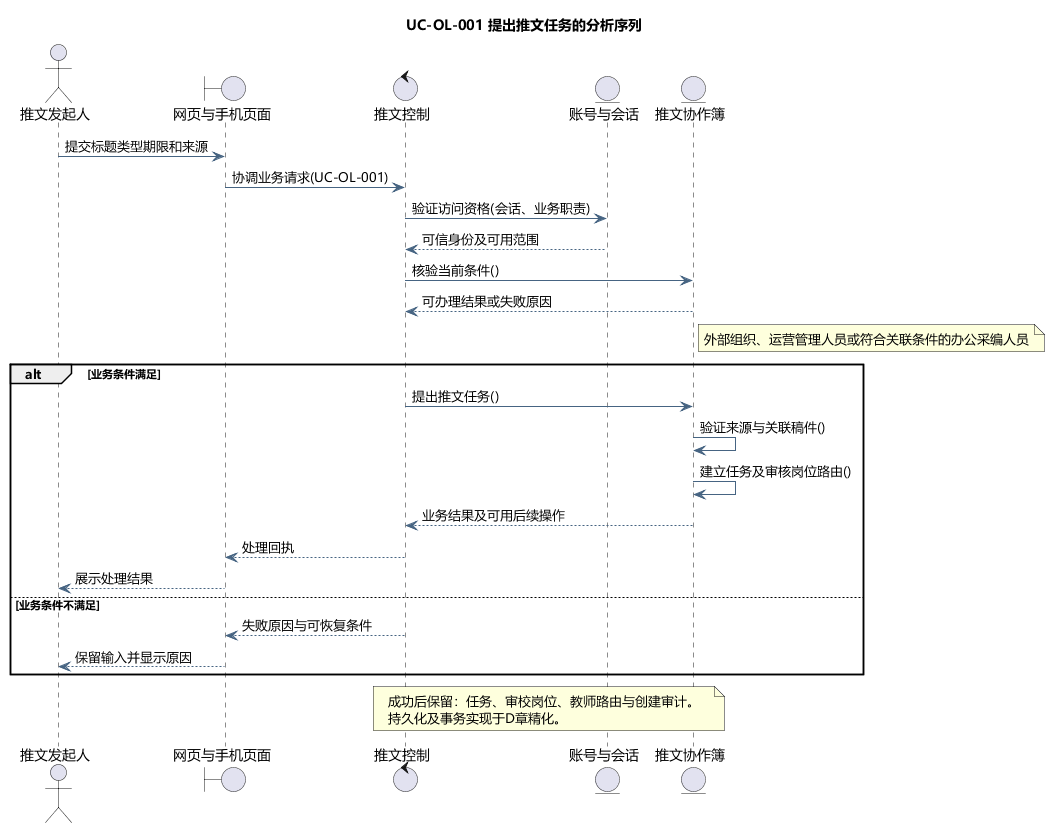
tccc1csu/miniprogram-csu keeps this PlantUML diagram as docs/diagrams/analysis/seq-uc-ol-001.png. Above is the earlier version.
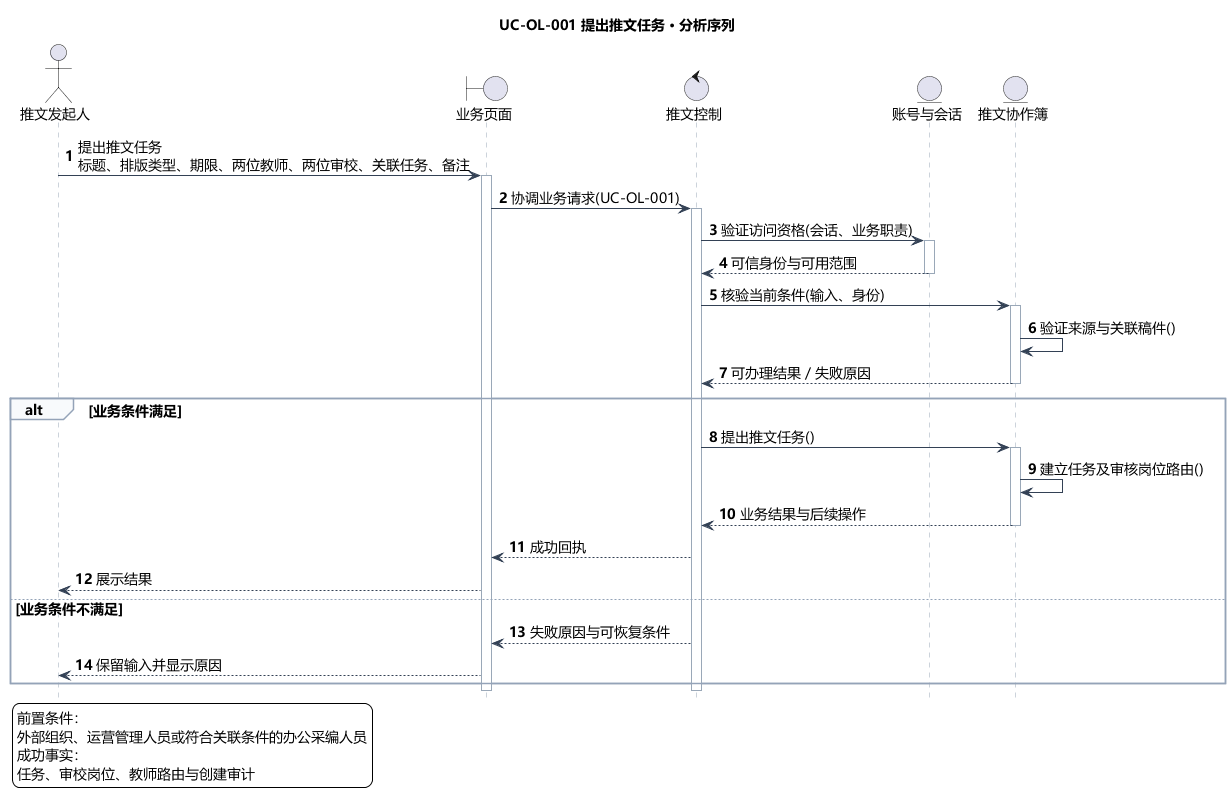
After the commit.

What changed in the source:
```diff
@@ -5,35 +5,53 @@
 skinparam ArrowColor #466482
 skinparam classAttributeIconSize 0
 hide empty members
-title UC-OL-001 提出推文任务的分析序列
+skinparam defaultFontSize 14
+skinparam sequenceLifeLineBorderColor #9AA8B8
+skinparam sequenceArrowColor #334155
+skinparam sequenceGroupBorderColor #94A3B8
+skinparam sequenceGroupBackgroundColor #F8FAFC
+skinparam sequenceParticipantPadding 18
+skinparam maxMessageSize 240
+hide footbox
+autonumber
+title UC-OL-001 提出推文任务 · 分析序列
 actor "推文发起人" as actor
-boundary "网页与手机页面" as page
+boundary "业务页面" as page
 control "推文控制" as ctl
 entity "账号与会话" as identity
 entity "推文协作簿" as model
-actor -> page : 提交标题类型期限和来源
+actor -> page : 提出推文任务\n标题、排版类型、期限、两位教师、两位审校、关联任务、备注
+activate page
 page -> ctl : 协调业务请求(UC-OL-001)
+activate ctl
 ctl -> identity : 验证访问资格(会话、业务职责)
-identity --> ctl : 可信身份及可用范围
-ctl -> model : 核验当前条件()
-model --> ctl : 可办理结果或失败原因
-note right of model
-外部组织、运营管理人员或符合关联条件的办公采编人员
-end note
+activate identity
+identity --> ctl : 可信身份与可用范围
+deactivate identity
+ctl -> model : 核验当前条件(输入、身份)
+activate model
+model -> model : 验证来源与关联稿件()
+model --> ctl : 可办理结果／失败原因
+deactivate model
 alt 业务条件满足
 ctl -> model : 提出推文任务()
-model -> model : 验证来源与关联稿件()
+activate model
 model -> model : 建立任务及审核岗位路由()
-model --> ctl : 业务结果及可用后续操作
-ctl --> page : 处理回执
-page --> actor : 展示处理结果
+model --> ctl : 业务结果与后续操作
+deactivate model
+ctl --> page : 成功回执
+page --> actor : 展示结果
 else 业务条件不满足
 ctl --> page : 失败原因与可恢复条件
 page --> actor : 保留输入并显示原因
 end
-note over ctl,model
-成功后保留：任务、审校岗位、教师路由与创建审计。
-持久化及事务实现于D章精化。
-end note
+deactivate ctl
+deactivate page
+legend bottom left
+前置条件：
+外部组织、运营管理人员或符合关联条件的办公采编人员
+成功事实：
+任务、审校岗位、教师路由与创建审计
+endlegend
 
 @enduml
```
